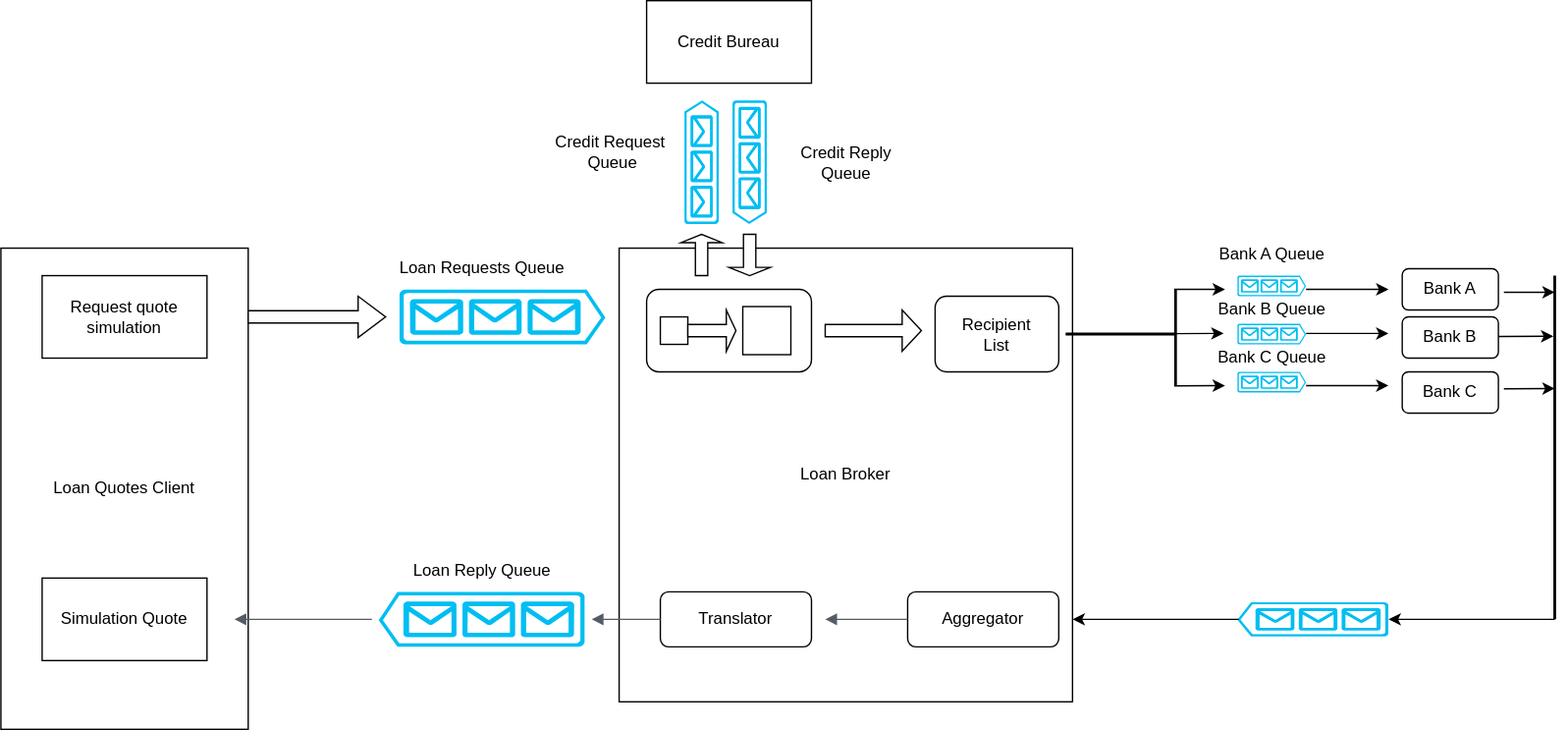
Before: assets/architecture.svg, a diagram exported from draw.io (aandreiradu/nestjs-microservices). Source tidied: cells renumbered, new cells last; positions are measured from the earlier drawing's top-left corner, leaving out a move shared by most shapes.
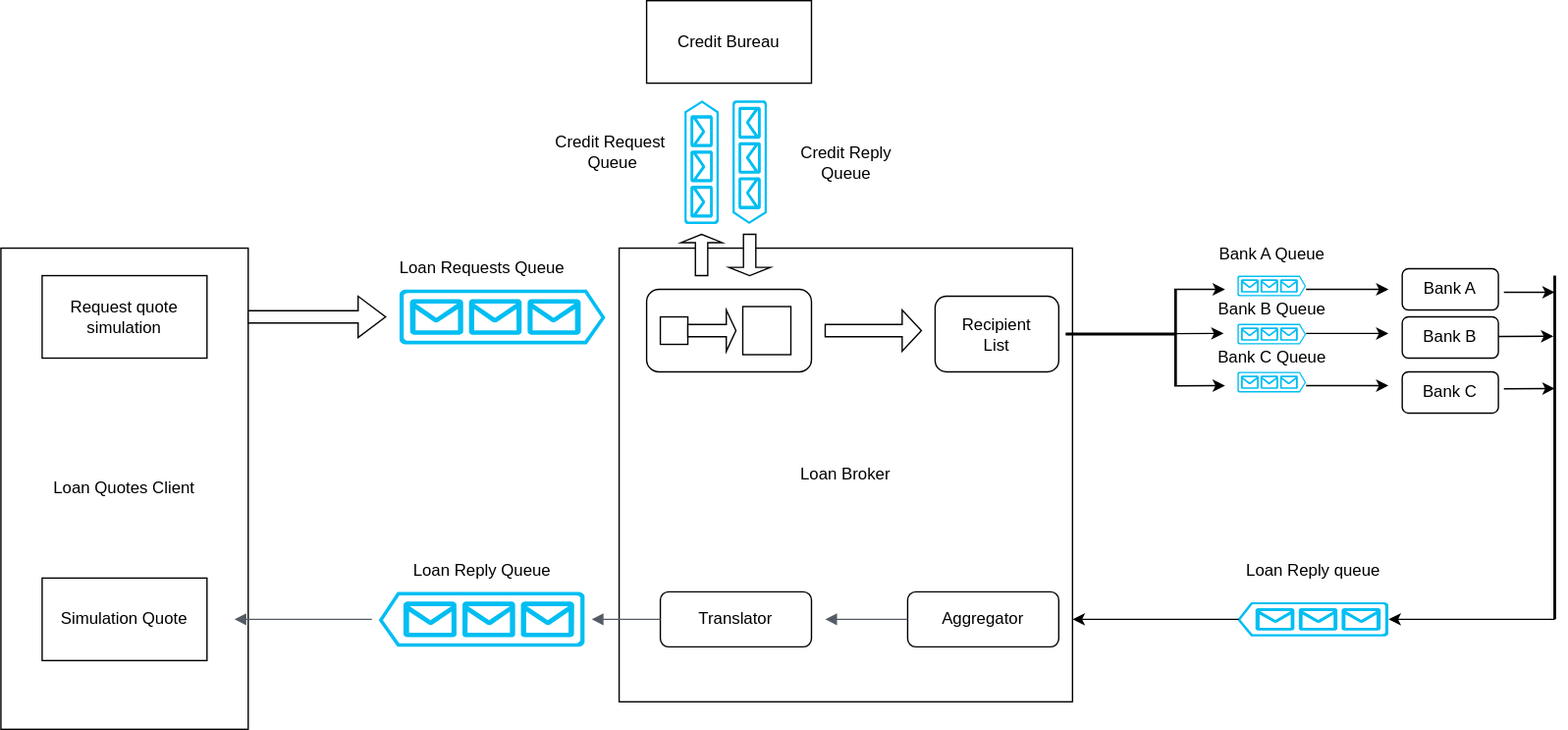
After the commit.

Commit message:
added architecture diagram svg

Change to the diagram source:
```diff
@@ -194,5 +194,8 @@
         <mxPoint x="270" y="450" as="targetPoint" />
       </mxGeometry>
     </mxCell>
+    <mxCell id="53" value="Loan Reply queue" style="text;html=1;align=center;verticalAlign=middle;strokeColor=none;fillColor=none;" parent="1" vertex="1">
+      <mxGeometry x="895" y="400" width="120" height="30" as="geometry" />
+    </mxCell>
   </root>
 </mxGraphModel>
```
